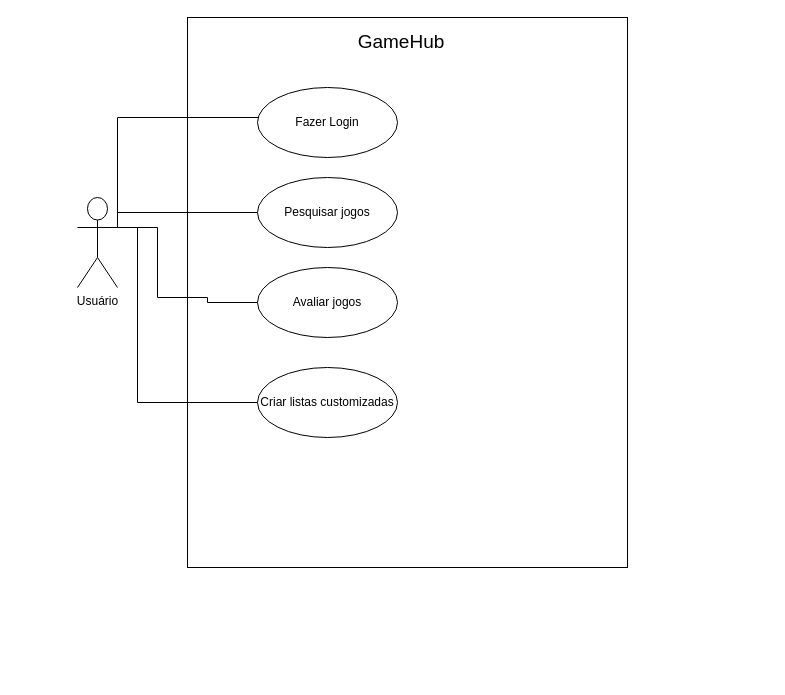
Above: casos de uso.drawio in Sans-arch/gamehub (draw.io), before the change. Source tidied: cells renumbered, new cells numbered last; positions are measured from the earlier drawing's top-left corner, leaving out a move shared by most shapes. Both pictures are drawn from the tidied source at 100%, with x=0, y=0 at pixel (77, 17).
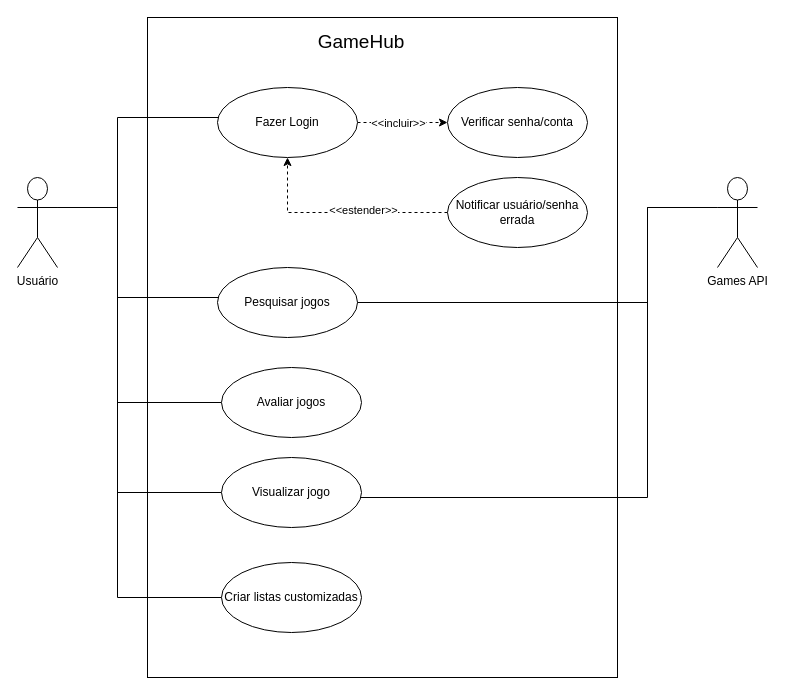
After the change.

Change to the diagram source:
```diff
@@
     <mxCell id="2" value="&lt;div style=&quot;text-align: justify;&quot;&gt;&lt;/div&gt;" style="rounded=0;whiteSpace=wrap;html=1;" parent="1" vertex="1">
-      <mxGeometry x="110" width="440" height="550" as="geometry" />
+      <mxGeometry x="70" width="470" height="660" as="geometry" />
     </mxCell>
-    <mxCell id="3" style="edgeStyle=orthogonalEdgeStyle;rounded=0;jettySize=auto;html=1;exitX=1;exitY=0.3333333333333333;exitDx=0;exitDy=0;exitPerimeter=0;endArrow=none;endFill=0;" parent="1" edge="1" source="7" target="8">
+    <mxCell id="3" style="edgeStyle=orthogonalEdgeStyle;rounded=0;orthogonalLoop=1;jettySize=auto;html=1;exitX=1;exitY=0.3333333333333333;exitDx=0;exitDy=0;exitPerimeter=0;endArrow=none;endFill=0;" parent="1" edge="1">
       <mxGeometry relative="1" as="geometry">
+        <mxPoint x="40" y="210" as="sourcePoint" />
+        <mxPoint x="180.7" y="100" as="targetPoint" />
         <Array as="points">
           <mxPoint x="40" y="100" />
         </Array>
       </mxGeometry>
     </mxCell>
-    <mxCell id="4" style="edgeStyle=orthogonalEdgeStyle;rounded=0;jettySize=auto;html=1;exitX=1;exitY=0.3333333333333333;exitDx=0;exitDy=0;exitPerimeter=0;endArrow=none;endFill=0;" parent="1" edge="1" source="7" target="10">
-      <mxGeometry relative="1" as="geometry">
-        <Array as="points">
-          <mxPoint x="40" y="195" />
-        </Array>
-      </mxGeometry>
-    </mxCell>
+    <mxCell id="6" style="edgeStyle=orthogonalEdgeStyle;rounded=0;jettySize=auto;html=1;endArrow=none;endFill=0;entryX=0;entryY=0.5;entryDx=0;entryDy=0;" parent="1" edge="1" source="7" target="11">
+      <mxGeometry relative="1" as="geometry">
+        <Array as="points">
+          <mxPoint x="40" y="190" />
+          <mxPoint x="40" y="580" />
+        </Array>
+      </mxGeometry>
+    </mxCell>
+    <mxCell id="13" style="edgeStyle=orthogonalEdgeStyle;rounded=0;jettySize=auto;html=1;exitX=1;exitY=0.3333333333333333;exitDx=0;exitDy=0;exitPerimeter=0;endArrow=none;endFill=0;" parent="1" edge="1" source="7">
+      <mxGeometry relative="1" as="geometry">
+        <mxPoint x="150.7" y="280" as="targetPoint" />
+        <Array as="points">
+          <mxPoint x="40" y="190" />
+          <mxPoint x="40" y="280" />
+        </Array>
+      </mxGeometry>
+    </mxCell>
     <mxCell id="5" style="edgeStyle=orthogonalEdgeStyle;rounded=0;jettySize=auto;html=1;exitX=1;exitY=0.3333333333333333;exitDx=0;exitDy=0;exitPerimeter=0;endArrow=none;endFill=0;" parent="1" edge="1" source="7" target="12">
       <mxGeometry relative="1" as="geometry">
         <Array as="points">
-          <mxPoint x="80" y="210" />
-          <mxPoint x="80" y="280" />
-          <mxPoint x="130" y="280" />
-          <mxPoint x="130" y="285" />
+          <mxPoint x="40" y="190" />
+          <mxPoint x="40" y="385" />
         </Array>
       </mxGeometry>
     </mxCell>
-    <mxCell id="6" style="edgeStyle=orthogonalEdgeStyle;rounded=0;jettySize=auto;html=1;exitX=1;exitY=0.3333333333333333;exitDx=0;exitDy=0;exitPerimeter=0;endArrow=none;endFill=0;" parent="1" edge="1" source="7" target="11">
-      <mxGeometry relative="1" as="geometry">
-        <Array as="points">
-          <mxPoint x="60" y="210" />
-          <mxPoint x="60" y="385" />
-        </Array>
-      </mxGeometry>
-    </mxCell>
+    <mxCell id="14" style="edgeStyle=orthogonalEdgeStyle;rounded=0;jettySize=auto;html=1;exitX=1;exitY=0.3333333333333333;exitDx=0;exitDy=0;exitPerimeter=0;entryX=0;entryY=0.5;entryDx=0;entryDy=0;endArrow=none;endFill=0;" parent="1" edge="1" source="7" target="20">
+      <mxGeometry relative="1" as="geometry">
+        <Array as="points">
+          <mxPoint x="40" y="190" />
+          <mxPoint x="40" y="475" />
+        </Array>
+      </mxGeometry>
+    </mxCell>
     <mxCell id="7" value="Usuário" style="shape=umlActor;verticalLabelPosition=bottom;verticalAlign=top;html=1;outlineConnect=0;" parent="1" vertex="1">
-      <mxGeometry y="180" width="40" height="90" as="geometry" />
+      <mxGeometry x="-60" y="160" width="40" height="90" as="geometry" />
     </mxCell>
+    <mxCell id="15" style="edgeStyle=orthogonalEdgeStyle;rounded=0;jettySize=auto;html=1;dashed=1;" parent="1" edge="1" source="8" target="21">
+      <mxGeometry relative="1" as="geometry" />
+    </mxCell>
+    <mxCell id="16" value="&amp;lt;&amp;lt;incluir&amp;gt;&amp;gt;" style="edgeLabel;html=1;align=center;verticalAlign=middle;" parent="15" vertex="1">
+      <mxGeometry x="-0.36" y="2" relative="1" as="geometry">
+        <mxPoint x="11" y="2" as="offset" />
+      </mxGeometry>
+    </mxCell>
     <mxCell id="8" value="Fazer Login" style="ellipse;whiteSpace=wrap;html=1;" parent="1" vertex="1">
-      <mxGeometry x="180" y="70" width="140" height="70" as="geometry" />
+      <mxGeometry x="140" y="70" width="140" height="70" as="geometry" />
     </mxCell>
     <mxCell id="9" value="&lt;font style=&quot;font-size: 19px;&quot;&gt;GameHub&lt;/font&gt;" style="text;html=1;strokeColor=none;fillColor=none;align=center;verticalAlign=middle;whiteSpace=wrap;rounded=0;" parent="1" vertex="1">
-      <mxGeometry x="159" y="10" width="330" height="30" as="geometry" />
+      <mxGeometry x="119" y="10" width="330" height="30" as="geometry" />
     </mxCell>
     <mxCell id="10" value="Pesquisar jogos" style="ellipse;whiteSpace=wrap;html=1;" parent="1" vertex="1">
-      <mxGeometry x="180" y="160" width="140" height="70" as="geometry" />
+      <mxGeometry x="140" y="250" width="140" height="70" as="geometry" />
     </mxCell>
     <mxCell id="11" value="Criar listas customizadas" style="ellipse;whiteSpace=wrap;html=1;" parent="1" vertex="1">
-      <mxGeometry x="180" y="350" width="140" height="70" as="geometry" />
+      <mxGeometry x="144" y="545" width="140" height="70" as="geometry" />
     </mxCell>
     <mxCell id="12" value="Avaliar jogos" style="ellipse;whiteSpace=wrap;html=1;" parent="1" vertex="1">
-      <mxGeometry x="180" y="250" width="140" height="70" as="geometry" />
+      <mxGeometry x="144" y="350" width="140" height="70" as="geometry" />
     </mxCell>
+    <mxCell id="17" style="edgeStyle=orthogonalEdgeStyle;rounded=0;jettySize=auto;html=1;exitX=0;exitY=0.3333333333333333;exitDx=0;exitDy=0;exitPerimeter=0;endArrow=none;endFill=0;" parent="1" edge="1" source="19" target="10">
+      <mxGeometry relative="1" as="geometry">
+        <Array as="points">
+          <mxPoint x="570" y="190" />
+          <mxPoint x="570" y="285" />
+        </Array>
+      </mxGeometry>
+    </mxCell>
+    <mxCell id="18" style="edgeStyle=orthogonalEdgeStyle;rounded=0;jettySize=auto;html=1;exitX=0;exitY=0.3333333333333333;exitDx=0;exitDy=0;exitPerimeter=0;endArrow=none;endFill=0;" parent="1" edge="1" source="19" target="20">
+      <mxGeometry relative="1" as="geometry">
+        <Array as="points">
+          <mxPoint x="570" y="190" />
+          <mxPoint x="570" y="480" />
+        </Array>
+      </mxGeometry>
+    </mxCell>
+    <mxCell id="19" value="Games API" style="shape=umlActor;verticalLabelPosition=bottom;verticalAlign=top;html=1;outlineConnect=0;" parent="1" vertex="1">
+      <mxGeometry x="640" y="160" width="40" height="90" as="geometry" />
+    </mxCell>
+    <mxCell id="20" value="Visualizar jogo" style="ellipse;whiteSpace=wrap;html=1;" parent="1" vertex="1">
+      <mxGeometry x="144" y="440" width="140" height="70" as="geometry" />
+    </mxCell>
+    <mxCell id="21" value="Verificar senha/conta" style="ellipse;whiteSpace=wrap;html=1;" parent="1" vertex="1">
+      <mxGeometry x="370" y="70" width="140" height="70" as="geometry" />
+    </mxCell>
+    <mxCell id="22" style="edgeStyle=orthogonalEdgeStyle;rounded=0;jettySize=auto;html=1;dashed=1;" parent="1" edge="1" source="24" target="8">
+      <mxGeometry relative="1" as="geometry" />
+    </mxCell>
+    <mxCell id="23" value="&amp;lt;&amp;lt;estender&amp;gt;&amp;gt;" style="edgeLabel;html=1;align=center;verticalAlign=middle;" parent="22" vertex="1">
+      <mxGeometry x="-0.21" y="-3" relative="1" as="geometry" />
+    </mxCell>
+    <mxCell id="24" value="Notificar usuário/senha errada" style="ellipse;whiteSpace=wrap;html=1;" parent="1" vertex="1">
+      <mxGeometry x="370" y="160" width="140" height="70" as="geometry" />
+    </mxCell>
```
